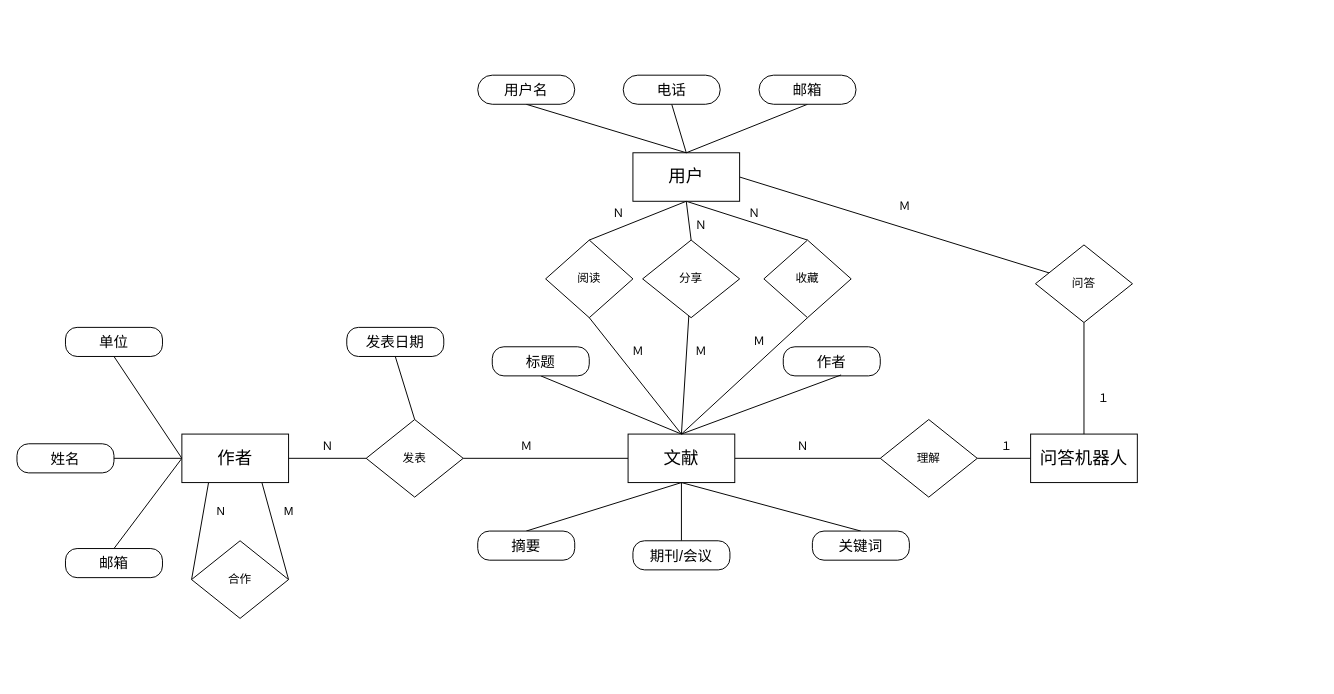
yearnallover/step_into_chatgpt keeps this draw.io diagram as ＥＲ图.drawio. Above is the earlier version. Source tidied: cells renumbered, new cells numbered last; positions are measured from the earlier drawing's top-left corner, leaving out a move shared by most shapes. Both pictures are drawn from the tidied source at 97%, with x=0, y=0 at pixel (16, 75).
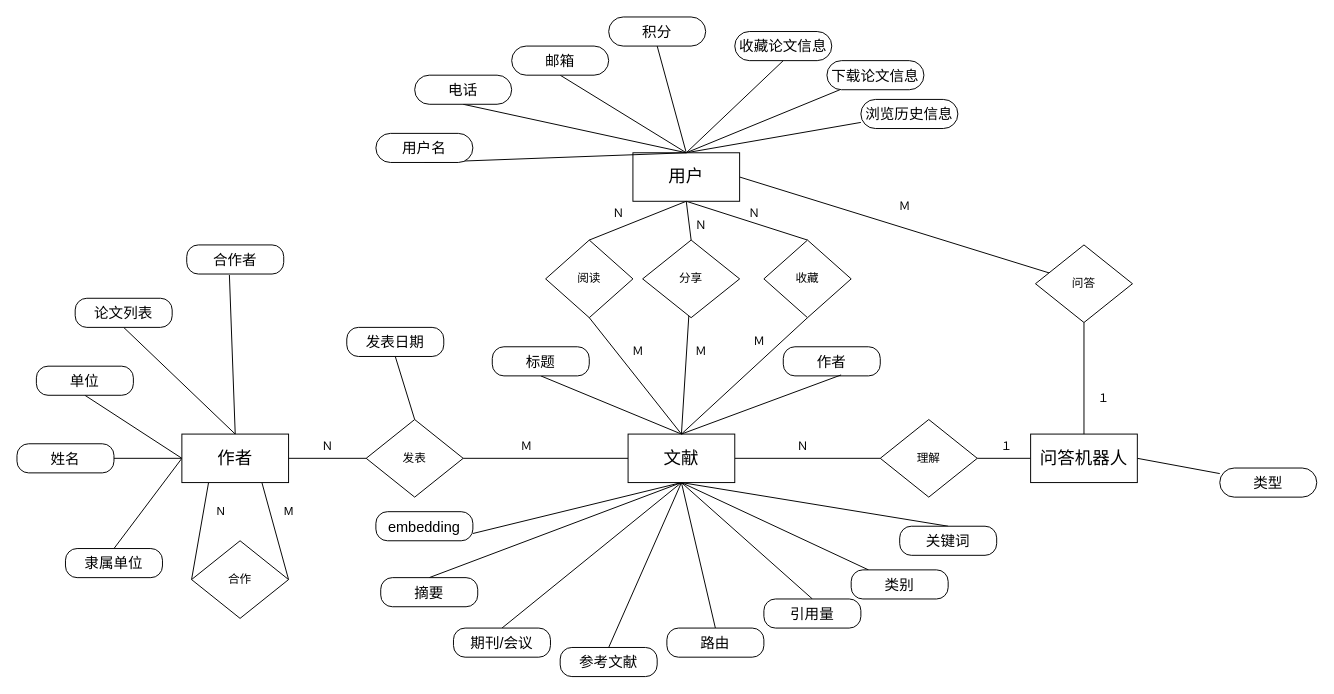
Above is the later version.

The change refers to these unchanged cells:
```xml
<mxCell id="5" value="&lt;font style=&quot;font-size: 18px;&quot;&gt;用户&lt;/font&gt;" style="rounded=0;whiteSpace=wrap;html=1;" parent="1" vertex="1">
  <mxGeometry x="635" y="80" width="110" height="50" as="geometry" />
</mxCell>
<mxCell id="18" value="&lt;span style=&quot;font-size: 18px;&quot;&gt;作者&lt;/span&gt;" style="rounded=0;whiteSpace=wrap;html=1;" parent="1" vertex="1">
  <mxGeometry x="170" y="370" width="110" height="50" as="geometry" />
</mxCell>
<mxCell id="25" value="&lt;font style=&quot;font-size: 18px;&quot;&gt;文献&lt;/font&gt;" style="rounded=0;whiteSpace=wrap;html=1;" parent="1" vertex="1">
  <mxGeometry x="630" y="370" width="110" height="50" as="geometry" />
</mxCell>
<mxCell id="27" value="&lt;span style=&quot;font-size: 18px;&quot;&gt;问答机器人&lt;/span&gt;" style="rounded=0;whiteSpace=wrap;html=1;" parent="1" vertex="1">
  <mxGeometry x="1045" y="370" width="110" height="50" as="geometry" />
</mxCell>
```

The edit, as a diff of the source:
```diff
@@
+    <mxCell id="69" style="rounded=0;jettySize=auto;html=1;exitX=0.5;exitY=0;exitDx=0;exitDy=0;endArrow=none;endFill=0;" parent="1" edge="1" source="5" target="80">
+      <mxGeometry relative="1" as="geometry" />
+    </mxCell>
+    <mxCell id="70" style="rounded=0;jettySize=auto;html=1;exitX=0.5;exitY=0;exitDx=0;exitDy=0;endArrow=none;endFill=0;" parent="1" edge="1" source="5" target="83">
+      <mxGeometry relative="1" as="geometry" />
+    </mxCell>
+    <mxCell id="71" style="rounded=0;jettySize=auto;html=1;exitX=0.5;exitY=0;exitDx=0;exitDy=0;entryX=0.5;entryY=1;entryDx=0;entryDy=0;endArrow=none;endFill=0;" parent="1" edge="1" source="5" target="82">
+      <mxGeometry relative="1" as="geometry" />
+    </mxCell>
+    <mxCell id="72" style="rounded=0;jettySize=auto;html=1;exitX=0.5;exitY=0;exitDx=0;exitDy=0;entryX=0.5;entryY=1;entryDx=0;entryDy=0;endArrow=none;endFill=0;" parent="1" edge="1" source="5" target="84">
+      <mxGeometry relative="1" as="geometry" />
+    </mxCell>
@@
+    <mxCell id="73" style="rounded=0;jettySize=auto;html=1;exitX=0.5;exitY=0;exitDx=0;exitDy=0;entryX=0.5;entryY=1;entryDx=0;entryDy=0;endArrow=none;endFill=0;" parent="1" edge="1" source="18" target="85">
+      <mxGeometry relative="1" as="geometry" />
+    </mxCell>
@@
+    <mxCell id="74" style="rounded=0;jettySize=auto;html=1;exitX=0.5;exitY=1;exitDx=0;exitDy=0;entryX=1;entryY=0.75;entryDx=0;entryDy=0;endArrow=none;endFill=0;" parent="1" edge="1" source="25" target="92">
+      <mxGeometry relative="1" as="geometry" />
+    </mxCell>
+    <mxCell id="75" style="rounded=0;jettySize=auto;html=1;exitX=0.5;exitY=1;exitDx=0;exitDy=0;entryX=0.5;entryY=0;entryDx=0;entryDy=0;endArrow=none;endFill=0;" parent="1" edge="1" source="25" target="88">
+      <mxGeometry relative="1" as="geometry" />
+    </mxCell>
+    <mxCell id="76" style="rounded=0;jettySize=auto;html=1;exitX=0.5;exitY=1;exitDx=0;exitDy=0;entryX=0.5;entryY=0;entryDx=0;entryDy=0;endArrow=none;endFill=0;" parent="1" edge="1" source="25" target="89">
+      <mxGeometry relative="1" as="geometry" />
+    </mxCell>
+    <mxCell id="77" style="rounded=0;jettySize=auto;html=1;exitX=0.5;exitY=1;exitDx=0;exitDy=0;entryX=0.5;entryY=0;entryDx=0;entryDy=0;endArrow=none;endFill=0;" parent="1" edge="1" source="25" target="90">
+      <mxGeometry relative="1" as="geometry" />
+    </mxCell>
+    <mxCell id="78" style="rounded=0;jettySize=auto;html=1;exitX=0.5;exitY=1;exitDx=0;exitDy=0;endArrow=none;endFill=0;" parent="1" edge="1" source="25" target="91">
+      <mxGeometry relative="1" as="geometry" />
+    </mxCell>
@@
+    <mxCell id="79" style="rounded=0;jettySize=auto;html=1;exitX=1;exitY=0.5;exitDx=0;exitDy=0;endArrow=none;endFill=0;" parent="1" edge="1" source="27" target="81">
+      <mxGeometry relative="1" as="geometry" />
+    </mxCell>
@@
     <mxCell id="39" value="&lt;span style=&quot;font-size: 15px;&quot;&gt;用户名&lt;/span&gt;" style="rounded=1;whiteSpace=wrap;html=1;arcSize=50;fontColor=#000000;fillColor=#FFFFFF;strokeColor=#000000;" parent="1" vertex="1">
-      <mxGeometry x="475" width="100" height="30" as="geometry" />
+      <mxGeometry x="370" y="60" width="100" height="30" as="geometry" />
     </mxCell>
@@
     <mxCell id="41" value="&lt;span style=&quot;font-size: 15px;&quot;&gt;电话&lt;/span&gt;" style="rounded=1;whiteSpace=wrap;html=1;arcSize=50;fontColor=#000000;fillColor=#FFFFFF;strokeColor=#000000;" parent="1" vertex="1">
-      <mxGeometry x="625" width="100" height="30" as="geometry" />
+      <mxGeometry x="410" width="100" height="30" as="geometry" />
     </mxCell>
@@
     <mxCell id="43" value="&lt;span style=&quot;font-size: 15px;&quot;&gt;邮箱&lt;/span&gt;" style="rounded=1;whiteSpace=wrap;html=1;arcSize=50;fontColor=#000000;fillColor=#FFFFFF;strokeColor=#000000;" parent="1" vertex="1">
-      <mxGeometry x="765" width="100" height="30" as="geometry" />
+      <mxGeometry x="510" y="-30" width="100" height="30" as="geometry" />
     </mxCell>
@@
     <mxCell id="46" value="&lt;span style=&quot;font-size: 15px;&quot;&gt;摘要&lt;/span&gt;" style="rounded=1;whiteSpace=wrap;html=1;arcSize=40;fontColor=#000000;fillColor=#FFFFFF;strokeColor=#000000;" parent="1" vertex="1">
-      <mxGeometry x="475" y="470" width="100" height="30" as="geometry" />
+      <mxGeometry x="375" y="518" width="100" height="30" as="geometry" />
     </mxCell>
     <mxCell id="47" value="&lt;span style=&quot;font-size: 15px;&quot;&gt;关键词&lt;/span&gt;" style="rounded=1;whiteSpace=wrap;html=1;arcSize=40;fontColor=#000000;fillColor=#FFFFFF;strokeColor=#000000;" parent="1" vertex="1">
-      <mxGeometry x="820" y="470" width="100" height="30" as="geometry" />
+      <mxGeometry x="910" y="465" width="100" height="30" as="geometry" />
     </mxCell>
@@
     <mxCell id="49" value="&lt;span style=&quot;font-size: 15px;&quot;&gt;单位&lt;/span&gt;" style="rounded=1;whiteSpace=wrap;html=1;arcSize=40;fontColor=#000000;fillColor=#FFFFFF;strokeColor=#000000;" parent="1" vertex="1">
-      <mxGeometry x="50" y="260" width="100" height="30" as="geometry" />
+      <mxGeometry x="20" y="300" width="100" height="30" as="geometry" />
     </mxCell>
@@
-    <mxCell id="51" value="&lt;span style=&quot;font-size: 15px;&quot;&gt;邮箱&lt;/span&gt;" style="rounded=1;whiteSpace=wrap;html=1;arcSize=40;fontColor=#000000;fillColor=#FFFFFF;strokeColor=#000000;" parent="1" vertex="1">
+    <mxCell id="51" value="&lt;span style=&quot;font-size: 15px;&quot;&gt;隶属单位&lt;/span&gt;" style="rounded=1;whiteSpace=wrap;html=1;arcSize=40;fontColor=#000000;fillColor=#FFFFFF;strokeColor=#000000;" parent="1" vertex="1">
       <mxGeometry x="50" y="488" width="100" height="30" as="geometry" />
     </mxCell>
@@
     <mxCell id="68" value="&lt;span style=&quot;font-size: 15px;&quot;&gt;期刊/会议&lt;/span&gt;" style="rounded=1;whiteSpace=wrap;html=1;arcSize=40;fontColor=#000000;fillColor=#FFFFFF;strokeColor=#000000;" parent="1" vertex="1">
-      <mxGeometry x="635" y="480" width="100" height="30" as="geometry" />
+      <mxGeometry x="450" y="570" width="100" height="30" as="geometry" />
     </mxCell>
+    <mxCell id="80" value="&lt;span style=&quot;font-size: 15px;&quot;&gt;浏览历史信息&lt;/span&gt;" style="rounded=1;whiteSpace=wrap;html=1;arcSize=50;fontColor=#000000;fillColor=#FFFFFF;strokeColor=#000000;" parent="1" vertex="1">
+      <mxGeometry x="870" y="25" width="100" height="30" as="geometry" />
+    </mxCell>
+    <mxCell id="81" value="&lt;span style=&quot;font-size: 15px;&quot;&gt;类型&lt;/span&gt;" style="rounded=1;whiteSpace=wrap;html=1;arcSize=50;fontColor=#000000;fillColor=#FFFFFF;strokeColor=#000000;" parent="1" vertex="1">
+      <mxGeometry x="1240" y="405" width="100" height="30" as="geometry" />
+    </mxCell>
+    <mxCell id="82" value="&lt;span style=&quot;font-size: 15px;&quot;&gt;收藏论文信息&lt;/span&gt;" style="rounded=1;whiteSpace=wrap;html=1;arcSize=50;fontColor=#000000;fillColor=#FFFFFF;strokeColor=#000000;" parent="1" vertex="1">
+      <mxGeometry x="740" y="-45" width="100" height="30" as="geometry" />
+    </mxCell>
+    <mxCell id="83" value="&lt;span style=&quot;font-size: 15px;&quot;&gt;下载论文信息&lt;/span&gt;" style="rounded=1;whiteSpace=wrap;html=1;arcSize=50;fontColor=#000000;fillColor=#FFFFFF;strokeColor=#000000;" parent="1" vertex="1">
+      <mxGeometry x="835" y="-15" width="100" height="30" as="geometry" />
+    </mxCell>
+    <mxCell id="84" value="&lt;span style=&quot;font-size: 15px;&quot;&gt;积分&lt;/span&gt;" style="rounded=1;whiteSpace=wrap;html=1;arcSize=50;fontColor=#000000;fillColor=#FFFFFF;strokeColor=#000000;" parent="1" vertex="1">
+      <mxGeometry x="610" y="-60" width="100" height="30" as="geometry" />
+    </mxCell>
+    <mxCell id="85" value="&lt;span style=&quot;font-size: 15px;&quot;&gt;论文列表&lt;/span&gt;" style="rounded=1;whiteSpace=wrap;html=1;arcSize=40;fontColor=#000000;fillColor=#FFFFFF;strokeColor=#000000;" parent="1" vertex="1">
+      <mxGeometry x="60" y="230" width="100" height="30" as="geometry" />
+    </mxCell>
+    <mxCell id="86" value="&lt;span style=&quot;font-size: 15px;&quot;&gt;合作者&lt;/span&gt;" style="rounded=1;whiteSpace=wrap;html=1;arcSize=40;fontColor=#000000;fillColor=#FFFFFF;strokeColor=#000000;" parent="1" vertex="1">
+      <mxGeometry x="175" y="175" width="100" height="30" as="geometry" />
+    </mxCell>
+    <mxCell id="87" style="rounded=0;jettySize=auto;html=1;exitX=0.5;exitY=0;exitDx=0;exitDy=0;entryX=0.44;entryY=1.033;entryDx=0;entryDy=0;entryPerimeter=0;endArrow=none;endFill=0;" parent="1" edge="1" source="18" target="86">
+      <mxGeometry relative="1" as="geometry" />
+    </mxCell>
+    <mxCell id="88" value="&lt;span style=&quot;font-size: 15px;&quot;&gt;参考文献&lt;/span&gt;" style="rounded=1;whiteSpace=wrap;html=1;arcSize=40;fontColor=#000000;fillColor=#FFFFFF;strokeColor=#000000;" parent="1" vertex="1">
+      <mxGeometry x="560" y="590" width="100" height="30" as="geometry" />
+    </mxCell>
+    <mxCell id="89" value="&lt;span style=&quot;font-size: 15px;&quot;&gt;路由&lt;/span&gt;" style="rounded=1;whiteSpace=wrap;html=1;arcSize=40;fontColor=#000000;fillColor=#FFFFFF;strokeColor=#000000;" parent="1" vertex="1">
+      <mxGeometry x="670" y="570" width="100" height="30" as="geometry" />
+    </mxCell>
+    <mxCell id="90" value="&lt;span style=&quot;font-size: 15px;&quot;&gt;引用量&lt;/span&gt;" style="rounded=1;whiteSpace=wrap;html=1;arcSize=40;fontColor=#000000;fillColor=#FFFFFF;strokeColor=#000000;" parent="1" vertex="1">
+      <mxGeometry x="770" y="540" width="100" height="30" as="geometry" />
+    </mxCell>
+    <mxCell id="91" value="&lt;span style=&quot;font-size: 15px;&quot;&gt;类别&lt;/span&gt;" style="rounded=1;whiteSpace=wrap;html=1;arcSize=40;fontColor=#000000;fillColor=#FFFFFF;strokeColor=#000000;" parent="1" vertex="1">
+      <mxGeometry x="860" y="510" width="100" height="30" as="geometry" />
+    </mxCell>
+    <mxCell id="92" value="&lt;span style=&quot;font-size: 15px;&quot;&gt;embedding&lt;/span&gt;" style="rounded=1;whiteSpace=wrap;html=1;arcSize=40;fontColor=#000000;fillColor=#FFFFFF;strokeColor=#000000;" parent="1" vertex="1">
+      <mxGeometry x="370" y="450" width="100" height="30" as="geometry" />
+    </mxCell>
```
